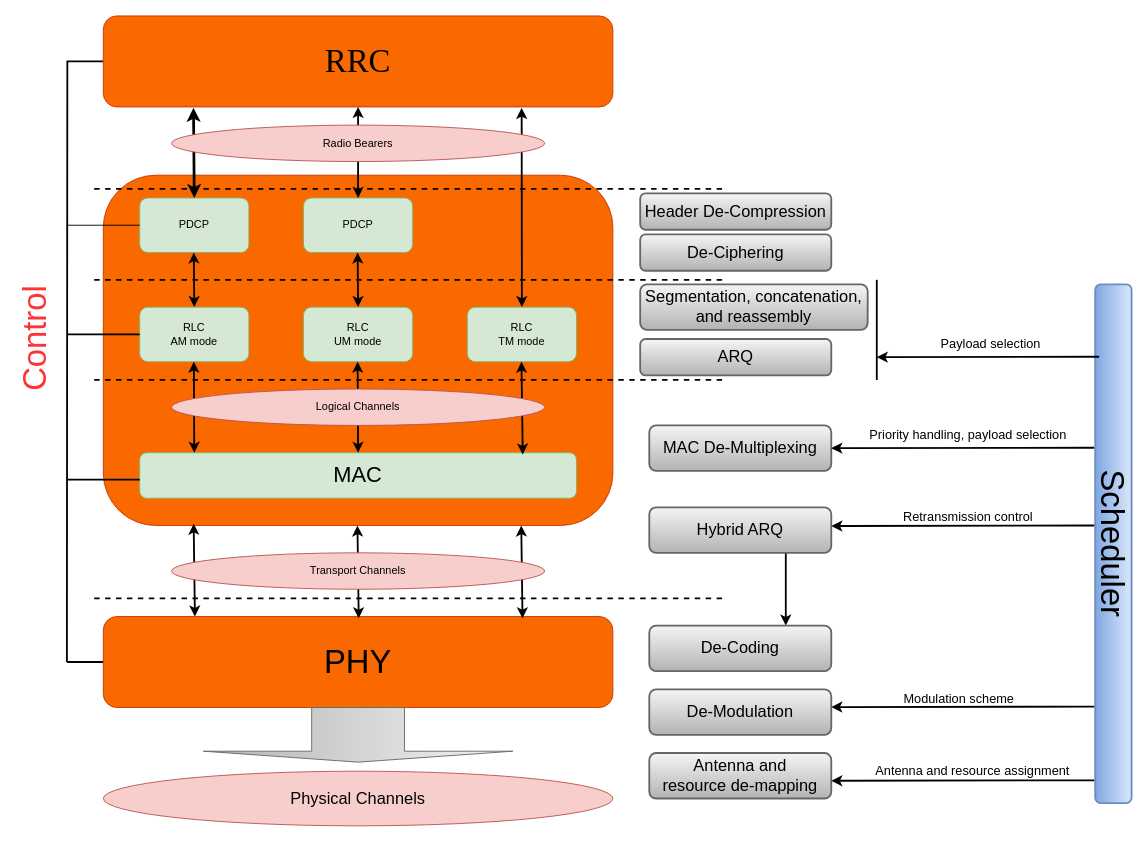
Before: eNB_Protocol.drawio in Dylan0407/NewRepo, a draw.io diagram. Source tidied: cells renumbered, new cells numbered last; positions are measured from the earlier drawing's top-left corner, leaving out a move shared by most shapes. Both pictures are drawn from the tidied source at 91%, with x=0, y=0 at pixel (-25, 15).
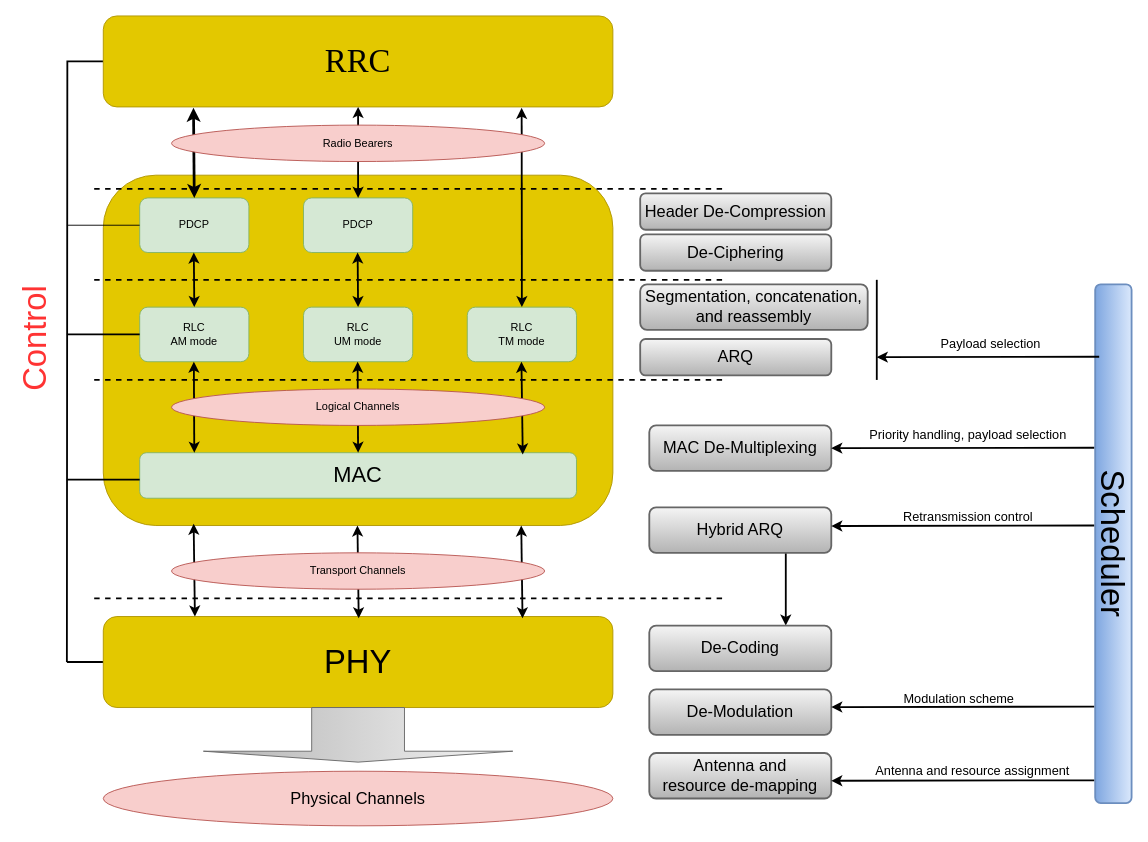
After the change.

The edit, as a diff of the source:
```diff
@@
-    <mxCell id="4" style="rounded=1;whiteSpace=wrap;html=1;shadow=0;fillColor=#fa6800;strokeColor=#C73500;fontColor=#000000;" parent="1" vertex="1">
+    <mxCell id="4" style="rounded=1;whiteSpace=wrap;html=1;shadow=0;fillColor=#e3c800;strokeColor=#B09500;fontColor=#000000;" parent="1" vertex="1">
       <mxGeometry x="140" y="175" width="560" height="385" as="geometry" />
     </mxCell>
@@
-    <mxCell id="7" value="&lt;font style=&quot;font-size: 36px&quot;&gt;PHY&lt;/font&gt;" style="rounded=1;whiteSpace=wrap;html=1;fillColor=#fa6800;strokeColor=#C73500;fontColor=#000000;" parent="1" vertex="1">
+    <mxCell id="7" value="&lt;font style=&quot;font-size: 36px&quot;&gt;PHY&lt;/font&gt;" style="rounded=1;whiteSpace=wrap;html=1;fillColor=#e3c800;strokeColor=#B09500;fontColor=#000000;" parent="1" vertex="1">
       <mxGeometry x="140" y="660" width="560" height="100" as="geometry" />
     </mxCell>
@@
-    <mxCell id="13" value="&lt;font face=&quot;Times New Roman&quot; style=&quot;font-size: 36px&quot;&gt;RRC&lt;/font&gt;" style="rounded=1;whiteSpace=wrap;html=1;fillColor=#fa6800;strokeColor=#C73500;fontColor=#000000;" parent="1" vertex="1">
+    <mxCell id="13" value="&lt;font face=&quot;Times New Roman&quot; style=&quot;font-size: 36px&quot;&gt;RRC&lt;/font&gt;" style="rounded=1;whiteSpace=wrap;html=1;fillColor=#e3c800;strokeColor=#B09500;fontColor=#000000;" parent="1" vertex="1">
       <mxGeometry x="140" width="560" height="100" as="geometry" />
     </mxCell>
```
